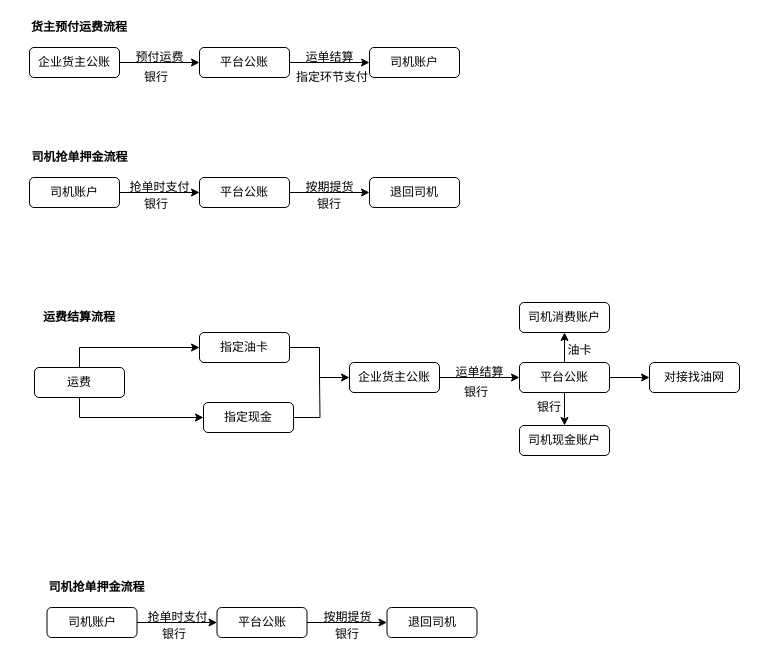
The draw.io diagram 支付流程.drawio in chenyibang/rdpwrap, before the edit. Source tidied: cells renumbered, new cells numbered last; positions are measured from the earlier drawing's top-left corner, leaving out a move shared by most shapes. Both pictures are drawn from the tidied source at 100%, with x=0, y=0 at pixel (17, 17).
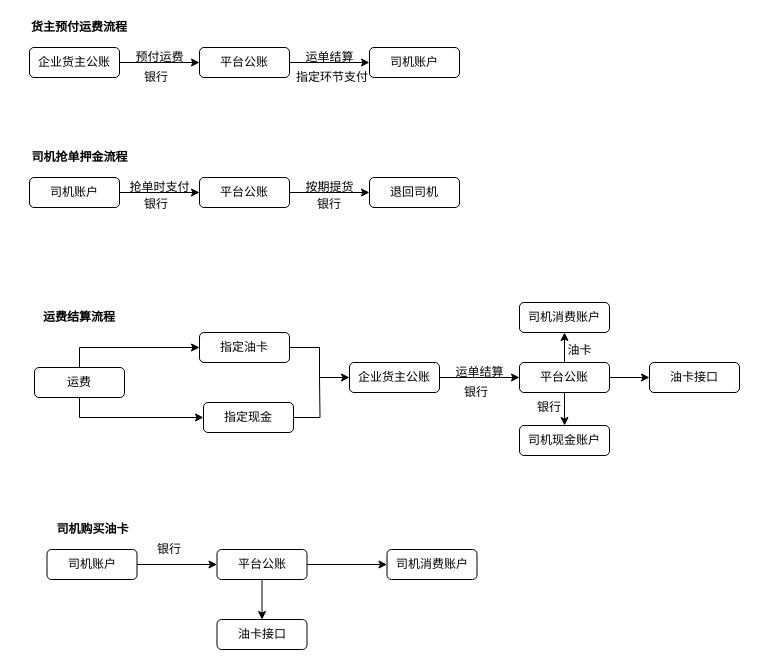
Above is the later version.

Commit message (it also covers changes not shown here):
更新支付流程.drawio

What changed in the source:
```diff
@@
-    <mxCell id="29" value="对接找油网" style="rounded=1;whiteSpace=wrap;html=1;" parent="1" vertex="1">
+    <mxCell id="29" value="油卡接口" style="rounded=1;whiteSpace=wrap;html=1;" parent="1" vertex="1">
       <mxGeometry x="632" y="345" width="90" height="30" as="geometry" />
     </mxCell>
@@
-    <mxCell id="42" value="司机抢单押金流程" style="text;html=1;strokeColor=none;fillColor=none;align=center;verticalAlign=middle;whiteSpace=wrap;rounded=0;fontStyle=1;" parent="1" vertex="1">
-      <mxGeometry x="17" y="560" width="125" height="20" as="geometry" />
+    <mxCell id="42" value="司机购买油卡" style="text;html=1;strokeColor=none;fillColor=none;align=center;verticalAlign=middle;whiteSpace=wrap;rounded=0;fontStyle=1;" parent="1" vertex="1">
+      <mxGeometry x="13" y="502" width="125" height="20" as="geometry" />
     </mxCell>
@@
     <mxCell id="44" value="司机账户" style="rounded=1;whiteSpace=wrap;html=1;" parent="1" vertex="1">
-      <mxGeometry x="29.5" y="590" width="90" height="30" as="geometry" />
+      <mxGeometry x="29.5" y="532" width="90" height="30" as="geometry" />
     </mxCell>
@@
+    <mxCell id="53" style="edgeStyle=orthogonalEdgeStyle;rounded=0;jettySize=auto;html=1;startArrow=none;startFill=0;endArrow=classic;endFill=1;" parent="1" edge="1" source="46" target="54">
+      <mxGeometry relative="1" as="geometry" />
+    </mxCell>
     <mxCell id="46" value="平台公账" style="rounded=1;whiteSpace=wrap;html=1;" parent="1" vertex="1">
-      <mxGeometry x="199.5" y="590" width="90" height="30" as="geometry" />
+      <mxGeometry x="199.5" y="532" width="90" height="30" as="geometry" />
     </mxCell>
+    <mxCell id="54" value="油卡接口" style="rounded=1;whiteSpace=wrap;html=1;" parent="1" vertex="1">
+      <mxGeometry x="199.5" y="602" width="90" height="30" as="geometry" />
+    </mxCell>
-    <mxCell id="47" value="退回司机" style="rounded=1;whiteSpace=wrap;html=1;" parent="1" vertex="1">
-      <mxGeometry x="369.5" y="590" width="90" height="30" as="geometry" />
+    <mxCell id="47" value="司机消费账户" style="rounded=1;whiteSpace=wrap;html=1;" parent="1" vertex="1">
+      <mxGeometry x="369.5" y="532" width="90" height="30" as="geometry" />
     </mxCell>
-    <mxCell id="48" value="抢单时支付" style="text;html=1;align=center;verticalAlign=middle;" parent="1" vertex="1">
-      <mxGeometry x="119.5" y="590" width="80" height="20" as="geometry" />
-    </mxCell>
-    <mxCell id="49" value="按期提货" style="text;html=1;align=center;verticalAlign=middle;" parent="1" vertex="1">
-      <mxGeometry x="299.5" y="590" width="60" height="20" as="geometry" />
-    </mxCell>
     <mxCell id="50" value="银行" style="text;html=1;strokeColor=none;fillColor=none;align=center;verticalAlign=middle;whiteSpace=wrap;rounded=0;" parent="1" vertex="1">
-      <mxGeometry x="136.5" y="607" width="40" height="20" as="geometry" />
+      <mxGeometry x="132" y="522" width="40" height="20" as="geometry" />
     </mxCell>
-    <mxCell id="51" value="银行" style="text;html=1;strokeColor=none;fillColor=none;align=center;verticalAlign=middle;whiteSpace=wrap;rounded=0;" parent="1" vertex="1">
-      <mxGeometry x="309.5" y="607" width="40" height="20" as="geometry" />
-    </mxCell>
```
